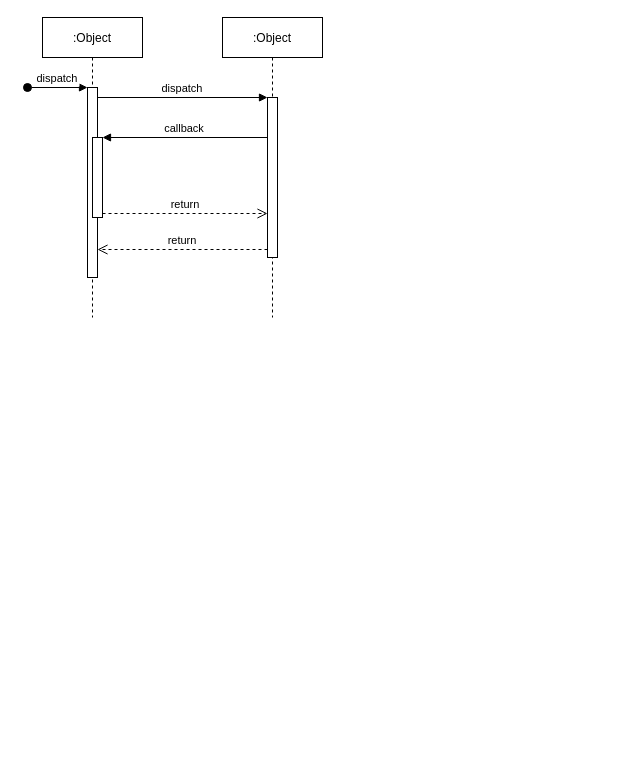
Before: Sequence Diagram.drawio in mitgaming/drawio, a draw.io diagram. Source tidied: cells renumbered, new cells numbered last; positions are measured from the earlier drawing's top-left corner, leaving out a move shared by most shapes. Both pictures are drawn from the tidied source at 100%, with x=0, y=0 at pixel (27, 17).
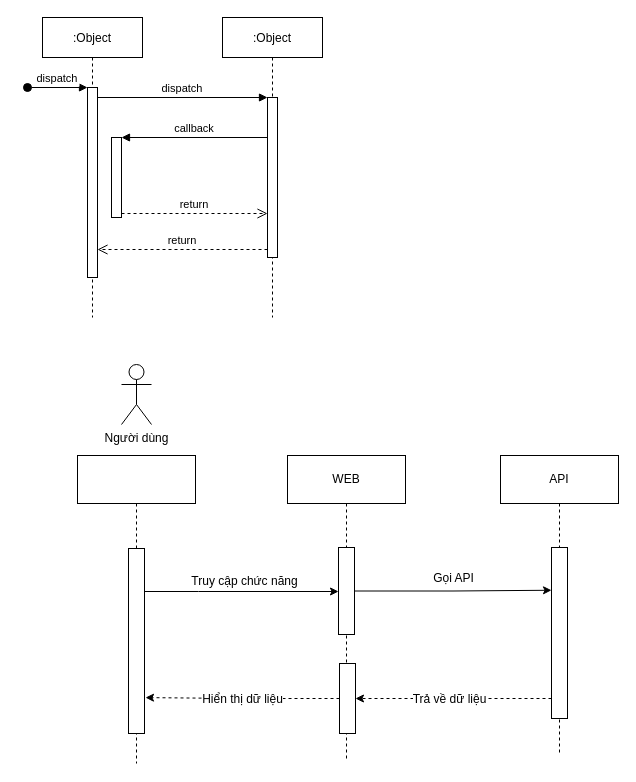
Above is the later version.

Commit message (it also covers changes not shown here):
Cập nhật Sequence Diagram.drawio

Unchanged cells that the change refers to:
```xml
<mxCell id="2" value=":Object" style="shape=umlLifeline;perimeter=lifelinePerimeter;rounded=0;shadow=0;strokeWidth=1;" parent="1" vertex="1">
  <mxGeometry x="15" width="100" height="300" as="geometry" />
</mxCell>
```

Diff of the diagram source:
```diff
@@
     <mxCell id="5" style="points=[];perimeter=orthogonalPerimeter;rounded=0;shadow=0;strokeWidth=1;" parent="2" vertex="1">
-      <mxGeometry x="50" y="120" width="10" height="80" as="geometry" />
+      <mxGeometry x="69" y="120" width="10" height="80" as="geometry" />
     </mxCell>
@@
+    <mxCell id="12" value="Người dùng" style="shape=umlActor;verticalLabelPosition=bottom;verticalAlign=top;html=1;" parent="1" vertex="1">
+      <mxGeometry x="94" y="347" width="30" height="60" as="geometry" />
+    </mxCell>
+    <mxCell id="13" style="edgeStyle=orthogonalEdgeStyle;rounded=0;jettySize=auto;html=1;dashed=1;endArrow=none;endFill=0;fontSize=12;" parent="1" edge="1" source="14">
+      <mxGeometry relative="1" as="geometry">
+        <mxPoint x="109" y="746" as="targetPoint" />
+      </mxGeometry>
+    </mxCell>
+    <mxCell id="14" style="rounded=0;whiteSpace=wrap;html=1;" parent="1" vertex="1">
+      <mxGeometry x="50" y="438" width="118" height="48" as="geometry" />
+    </mxCell>
+    <mxCell id="15" style="edgeStyle=orthogonalEdgeStyle;rounded=0;jettySize=auto;html=1;endArrow=none;endFill=0;fontSize=12;dashed=1;" parent="1" edge="1" source="16">
+      <mxGeometry relative="1" as="geometry">
+        <mxPoint x="319" y="742" as="targetPoint" />
+      </mxGeometry>
+    </mxCell>
+    <mxCell id="16" value="WEB" style="rounded=0;whiteSpace=wrap;html=1;" parent="1" vertex="1">
+      <mxGeometry x="260" y="438" width="118" height="48" as="geometry" />
+    </mxCell>
+    <mxCell id="17" style="edgeStyle=orthogonalEdgeStyle;rounded=0;jettySize=auto;html=1;dashed=1;endArrow=none;endFill=0;fontSize=12;" parent="1" edge="1" source="18">
+      <mxGeometry relative="1" as="geometry">
+        <mxPoint x="532" y="737" as="targetPoint" />
+      </mxGeometry>
+    </mxCell>
+    <mxCell id="18" value="API" style="rounded=0;whiteSpace=wrap;html=1;" parent="1" vertex="1">
+      <mxGeometry x="473" y="438" width="118" height="48" as="geometry" />
+    </mxCell>
+    <mxCell id="19" style="edgeStyle=orthogonalEdgeStyle;rounded=0;jettySize=auto;html=1;endArrow=classic;endFill=1;" parent="1" edge="1" source="20" target="22">
+      <mxGeometry relative="1" as="geometry">
+        <Array as="points">
+          <mxPoint x="171" y="574" />
+          <mxPoint x="171" y="574" />
+        </Array>
+      </mxGeometry>
+    </mxCell>
+    <mxCell id="20" style="rounded=0;whiteSpace=wrap;html=1;" parent="1" vertex="1">
+      <mxGeometry x="101" y="531" width="16" height="185" as="geometry" />
+    </mxCell>
+    <mxCell id="21" style="edgeStyle=orthogonalEdgeStyle;rounded=0;jettySize=auto;html=1;entryX=0;entryY=0.25;entryDx=0;entryDy=0;endArrow=classic;endFill=1;fontSize=12;" parent="1" edge="1" source="22" target="28">
+      <mxGeometry relative="1" as="geometry" />
+    </mxCell>
+    <mxCell id="22" style="rounded=0;whiteSpace=wrap;html=1;" parent="1" vertex="1">
+      <mxGeometry x="311" y="530" width="16" height="87" as="geometry" />
+    </mxCell>
+    <mxCell id="23" style="edgeStyle=orthogonalEdgeStyle;rounded=0;jettySize=auto;html=1;entryX=1.063;entryY=0.806;entryDx=0;entryDy=0;entryPerimeter=0;dashed=1;endArrow=classic;endFill=1;fontSize=12;" parent="1" edge="1" source="25" target="20">
+      <mxGeometry relative="1" as="geometry" />
+    </mxCell>
+    <mxCell id="24" value="Hiển thị dữ liệu" style="edgeLabel;html=1;align=center;verticalAlign=middle;fontSize=12;" parent="23" vertex="1">
+      <mxGeometry x="-0.24" y="-1" relative="1" as="geometry">
+        <mxPoint x="-24" y="1" as="offset" />
+      </mxGeometry>
+    </mxCell>
+    <mxCell id="25" style="rounded=0;whiteSpace=wrap;html=1;" parent="1" vertex="1">
+      <mxGeometry x="312" y="646" width="16" height="70" as="geometry" />
+    </mxCell>
+    <mxCell id="26" style="edgeStyle=orthogonalEdgeStyle;rounded=0;jettySize=auto;html=1;entryX=1;entryY=0.5;entryDx=0;entryDy=0;endArrow=classic;endFill=1;dashed=1;" parent="1" edge="1" source="28" target="25">
+      <mxGeometry relative="1" as="geometry">
+        <Array as="points">
+          <mxPoint x="485" y="681" />
+          <mxPoint x="485" y="681" />
+        </Array>
+      </mxGeometry>
+    </mxCell>
+    <mxCell id="27" value="Trả về dữ liệu" style="edgeLabel;html=1;align=center;verticalAlign=middle;fontSize=12;" parent="26" vertex="1">
+      <mxGeometry x="-0.11" relative="1" as="geometry">
+        <mxPoint x="-16" as="offset" />
+      </mxGeometry>
+    </mxCell>
+    <mxCell id="28" style="rounded=0;whiteSpace=wrap;html=1;" parent="1" vertex="1">
+      <mxGeometry x="524" y="530" width="16" height="171" as="geometry" />
+    </mxCell>
+    <mxCell id="29" value="Truy cập chức năng" style="text;html=1;align=center;verticalAlign=middle;fontSize=12;" parent="1" vertex="1">
+      <mxGeometry x="159" y="555" width="116" height="18" as="geometry" />
+    </mxCell>
+    <mxCell id="30" value="Gọi API" style="text;html=1;align=center;verticalAlign=middle;fontSize=12;" parent="1" vertex="1">
+      <mxGeometry x="400" y="552" width="51" height="18" as="geometry" />
+    </mxCell>
```
